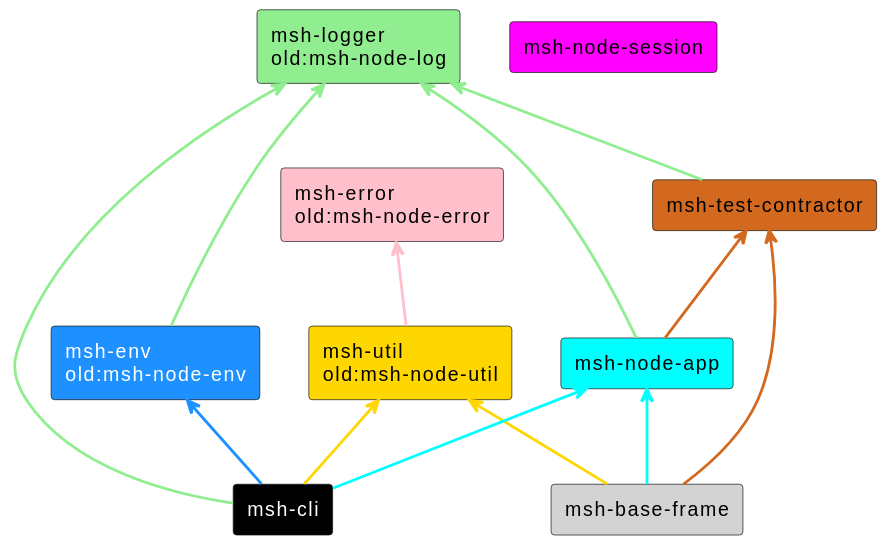
The PlantUML diagram resource/diagram/project-rlation.svg in beecode-rs/msh, before a commit.
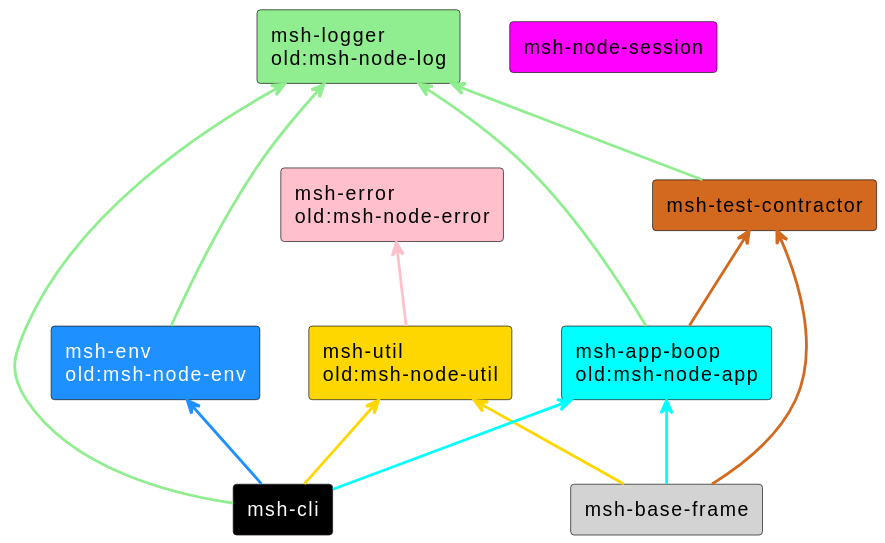
Later version of the same file.

Commit message:
chore: update scripts, rename node-app project to app-boot

The edit, as a diff of the source:
```diff
@@ -6,52 +6,50 @@
 </style>
 
 
-!$node_error_color = pink
+!$error_color = pink
 !$node_session_color = Magenta
-!$node_util_color = gold
-!$node_log_color = lightgreen
-!$node_app_color = cyan
+!$util_color = gold
+!$logger_color = lightgreen
+!$app_boot_color = cyan
 !$test_contractor_color = chocolate
-!$node_env_color = DodgerBlue
+!$env_color = DodgerBlue
 !$base_frame_color = lightgray
 !$cli_color = black
-!$vision_color = orange
 
-
-rectangle "msh-error\nold:msh-node-error" as node_error #$node_error_color
+rectangle "msh-error\nold:msh-node-error" as error #$error_color
 
 rectangle "msh-node-session" as node_session #$node_session_color
-rectangle "msh-util\nold:msh-node-util" as node_util #$node_util_color
-rectangle "msh-logger\nold:msh-node-log" as node_log #$node_log_color
+rectangle "msh-util\nold:msh-node-util" as util #$util_color
+rectangle "msh-logger\nold:msh-node-log" as logger #$logger_color
 
-rectangle "msh-node-app" as node_app #$node_app_color
+rectangle "msh-app-boop\nold:msh-node-app" as app_boot #$app_boot_color
 rectangle "msh-test-contractor" as test_contractor #$test_contractor_color
-rectangle "msh-env\nold:msh-node-env" as node_env #$node_env_color;text:white
+rectangle "msh-env\nold:msh-node-env" as env #$env_color;text:white
 
 rectangle "msh-base-frame" as base_frame #$base_frame_color
 rectangle "msh-cli" as cli #$cli_color;text:white
 
 
-base_frame -up-> node_app #$node_app_color
-base_frame -up-> node_util #$node_util_color
+base_frame -up-> app_boot #$app_boot_color
+base_frame -up-> util #$util_color
 base_frame -up-> test_contractor #$test_contractor_color
 
 
-node_app -up-> node_log #$node_log_color
-node_app -up-> test_contractor #$test_contractor_color
+app_boot -up-> logger #$logger_color
+app_boot -up-> test_contractor #$test_contractor_color
 
 
-cli -up-> node_app #$node_app_color
-cli -up-> node_env #$node_env_color
-cli -up-> node_log #$node_log_color
-cli -up-> node_util #$node_util_color
+cli -up-> app_boot #$app_boot_color
+cli -up-> env #$env_color
+cli -up-> logger #$logger_color
+cli -up-> util #$util_color
 
 
-node_env -up-> node_log #$node_log_color
+env -up-> logger #$logger_color
 
 
-test_contractor -up-> node_log #$node_log_color
+test_contractor -up-> logger #$logger_color
 
 
-node_util -up-> node_error #$node_error_color
+util -up-> error #$error_color
 @enduml
```
